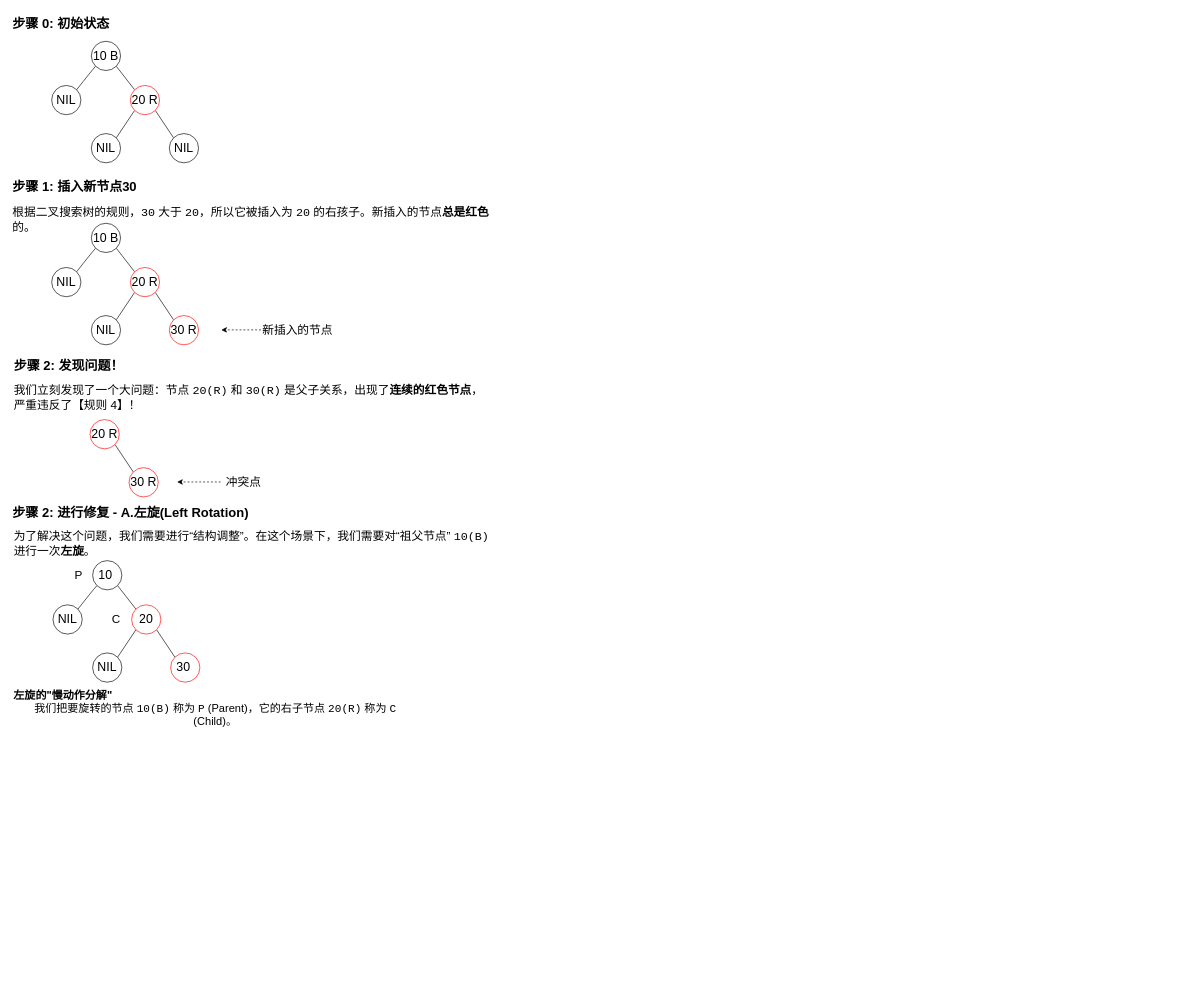
xiaodongYao/DrawIO keeps this draw.io diagram as RedBlackWork.drawio. Above is the earlier version. Source tidied: cells renumbered, new cells numbered last; positions are measured from the earlier drawing's top-left corner, leaving out a move shared by most shapes. Both pictures are drawn from the tidied source at 65%, with x=0, y=0 at pixel (11, 11).
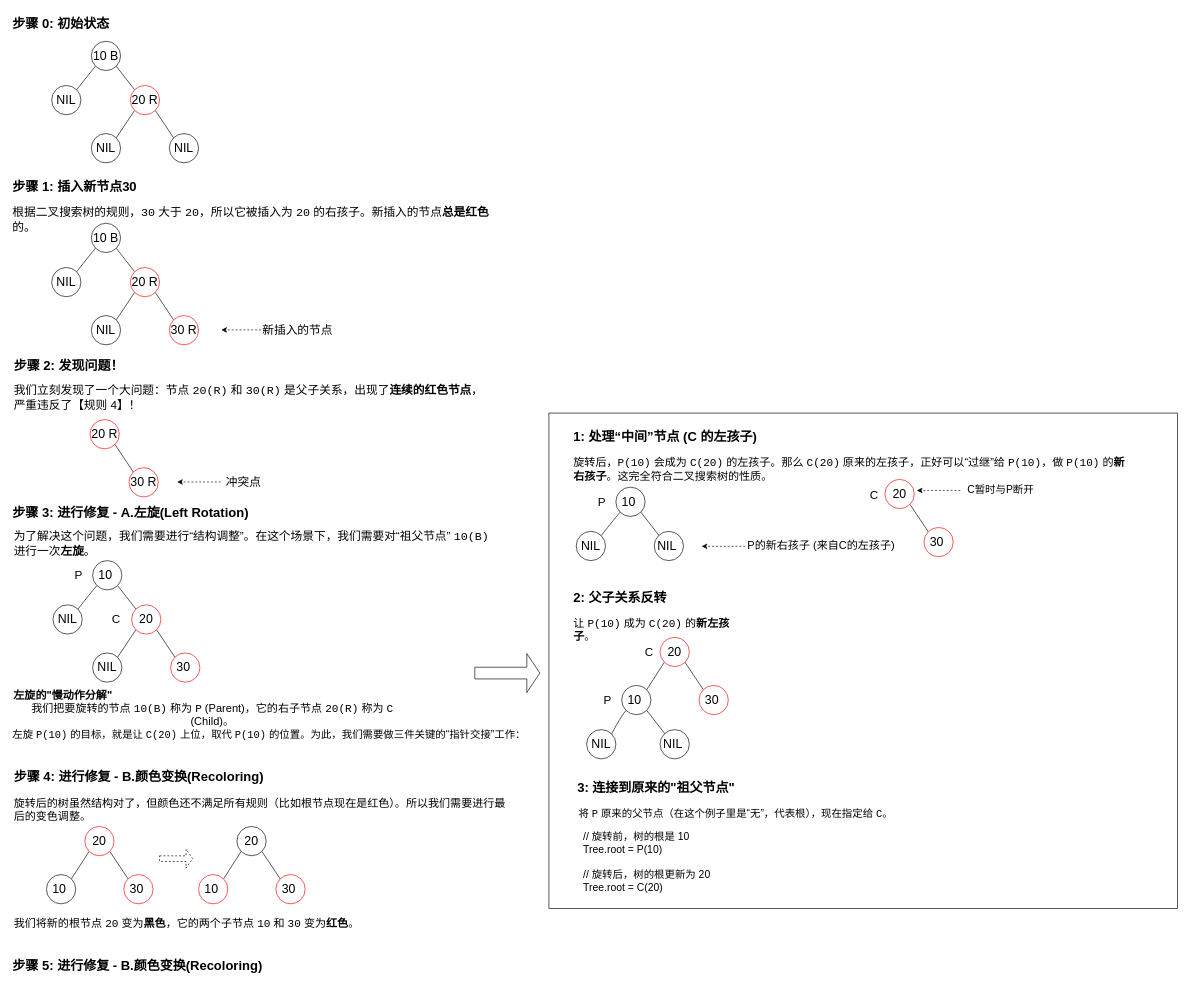
The same diagram, later.

What changed in the source:
```diff
@@
+    <mxCell id="47" style="rounded=0;whiteSpace=wrap;html=1;" parent="1" vertex="1">
+      <mxGeometry x="827" y="618" width="967" height="762" as="geometry" />
+    </mxCell>
@@
-    <mxCell id="32" value="步骤 2: 进行修复 - A.左旋(Left Rotation)" style="text;whiteSpace=wrap;html=1;fontSize=20;fontStyle=1;" parent="1" vertex="1">
+    <mxCell id="32" value="步骤 3: 进行修复 - A.左旋(Left Rotation)" style="text;whiteSpace=wrap;html=1;fontSize=20;fontStyle=1;" parent="1" vertex="1">
       <mxGeometry y="752" width="436" height="36" as="geometry" />
     </mxCell>
@@
     <mxCell id="46" value="我们把要旋转的节点 &lt;code&gt;10(B)&lt;/code&gt; 称为 &lt;code&gt;P&lt;/code&gt; (Parent)，它的右子节点 &lt;code&gt;20(R)&lt;/code&gt; 称为 &lt;code&gt;C&lt;/code&gt; (Child)。" style="text;html=1;align=center;verticalAlign=middle;whiteSpace=wrap;rounded=0;fontSize=17;" parent="1" vertex="1">
-      <mxGeometry y="1070" width="628" height="26" as="geometry" />
+      <mxGeometry y="1070" width="619" height="26" as="geometry" />
     </mxCell>
+    <mxCell id="48" value="左旋 &lt;code&gt;P(10)&lt;/code&gt; 的目标，就是让 &lt;code&gt;C(20)&lt;/code&gt; 上位，取代 &lt;code&gt;P(10)&lt;/code&gt; 的位置。为此，我们需要做三件关键的“指针交接”工作：" style="text;whiteSpace=wrap;html=1;fontSize=16;" parent="1" vertex="1">
+      <mxGeometry y="1096" width="827" height="47" as="geometry" />
+    </mxCell>
+    <mxCell id="49" value="1: 处理“中间”节点 (C 的左孩子)" style="text;whiteSpace=wrap;html=1;fontSize=20;fontStyle=1;" parent="1" vertex="1">
+      <mxGeometry x="863" y="635" width="335" height="36" as="geometry" />
+    </mxCell>
+    <mxCell id="50" value="旋转后，&lt;code&gt;P(10)&lt;/code&gt; 会成为 &lt;code&gt;C(20)&lt;/code&gt; 的左孩子。那么 &lt;code&gt;C(20)&lt;/code&gt; 原来的左孩子，正好可以“过继”给 &lt;code&gt;P(10)&lt;/code&gt;，做 &lt;code&gt;P(10)&lt;/code&gt; 的&lt;b&gt;新右孩子&lt;/b&gt;。这完全符合二叉搜索树的性质。" style="text;whiteSpace=wrap;html=1;fontSize=17;" parent="1" vertex="1">
+      <mxGeometry x="863" y="678" width="855" height="51" as="geometry" />
+    </mxCell>
+    <mxCell id="51" style="rounded=0;jettySize=auto;html=1;exitX=0;exitY=1;exitDx=0;exitDy=0;entryX=1;entryY=0;entryDx=0;entryDy=0;curved=1;strokeColor=default;fillColor=default;endArrow=none;endFill=0;" parent="1" edge="1" source="53" target="54">
+      <mxGeometry relative="1" as="geometry">
+        <Array as="points">
+          <mxPoint x="929" y="779" />
+        </Array>
+      </mxGeometry>
+    </mxCell>
+    <mxCell id="52" style="rounded=0;jettySize=auto;html=1;exitX=1;exitY=1;exitDx=0;exitDy=0;entryX=0;entryY=0;entryDx=0;entryDy=0;endArrow=none;endFill=0;" parent="1" edge="1" source="53">
+      <mxGeometry relative="1" as="geometry">
+        <mxPoint x="996.6" y="806.6" as="targetPoint" />
+      </mxGeometry>
+    </mxCell>
+    <mxCell id="53" value="10&amp;nbsp;" style="ellipse;whiteSpace=wrap;html=1;fontSize=19;" parent="1" vertex="1">
+      <mxGeometry x="930" y="732" width="45" height="45" as="geometry" />
+    </mxCell>
+    <mxCell id="54" value="NIL" style="ellipse;whiteSpace=wrap;html=1;fontSize=19;strokeColor=light-dark(#000000,#EDEDED);" parent="1" vertex="1">
+      <mxGeometry x="869" y="800" width="45" height="45" as="geometry" />
+    </mxCell>
+    <mxCell id="55" value="P" style="text;html=1;align=center;verticalAlign=middle;whiteSpace=wrap;rounded=0;fontSize=18;" parent="1" vertex="1">
+      <mxGeometry x="889" y="742.5" width="39" height="24" as="geometry" />
+    </mxCell>
+    <mxCell id="56" value="C" style="text;html=1;align=center;verticalAlign=middle;whiteSpace=wrap;rounded=0;fontSize=18;" parent="1" vertex="1">
+      <mxGeometry x="1308" y="732" width="39" height="24" as="geometry" />
+    </mxCell>
+    <mxCell id="57" style="rounded=0;jettySize=auto;html=1;exitX=1;exitY=1;exitDx=0;exitDy=0;entryX=0;entryY=0;entryDx=0;entryDy=0;endArrow=none;endFill=0;" parent="1" edge="1" source="58" target="59">
+      <mxGeometry relative="1" as="geometry" />
+    </mxCell>
+    <mxCell id="58" value="20" style="ellipse;whiteSpace=wrap;html=1;fontSize=19;strokeColor=light-dark(#ff0000, #ededed);" parent="1" vertex="1">
+      <mxGeometry x="1344" y="720" width="45" height="45" as="geometry" />
+    </mxCell>
+    <mxCell id="59" value="30&amp;nbsp;" style="ellipse;whiteSpace=wrap;html=1;fontSize=19;strokeColor=light-dark(#ff0000, #EDEDED);" parent="1" vertex="1">
+      <mxGeometry x="1404" y="794" width="45" height="45" as="geometry" />
+    </mxCell>
+    <mxCell id="60" value="NIL&amp;nbsp;" style="ellipse;whiteSpace=wrap;html=1;fontSize=19;strokeColor=light-dark(#000000,#EDEDED);" parent="1" vertex="1">
+      <mxGeometry x="989" y="800" width="45" height="45" as="geometry" />
+    </mxCell>
+    <mxCell id="61" value="&amp;nbsp;P的新右孩子 (来自C的左孩子)" style="text;whiteSpace=wrap;html=1;fontSize=17;" parent="1" vertex="1">
+      <mxGeometry x="1126" y="804.5" width="243" height="36" as="geometry" />
+    </mxCell>
+    <mxCell id="62" value="C暂时与P断开" style="text;whiteSpace=wrap;html=1;fontSize=16;" parent="1" vertex="1">
+      <mxGeometry x="1469" y="720" width="105" height="36" as="geometry" />
+    </mxCell>
+    <mxCell id="63" style="endArrow=classic;html=1;rounded=0;dashed=1;" parent="1" edge="1">
+      <mxGeometry relative="1" as="geometry">
+        <mxPoint x="1460" y="737" as="sourcePoint" />
+        <mxPoint x="1393" y="737" as="targetPoint" />
+      </mxGeometry>
+    </mxCell>
+    <mxCell id="64" style="endArrow=classic;html=1;rounded=0;dashed=1;" parent="1" edge="1">
+      <mxGeometry relative="1" as="geometry">
+        <mxPoint x="1129" y="823" as="sourcePoint" />
+        <mxPoint x="1062" y="823" as="targetPoint" />
+      </mxGeometry>
+    </mxCell>
+    <mxCell id="65" value="2: 父子关系反转" style="text;whiteSpace=wrap;html=1;fontSize=20;fontStyle=1;" parent="1" vertex="1">
+      <mxGeometry x="863" y="883" width="335" height="36" as="geometry" />
+    </mxCell>
+    <mxCell id="66" value="让 &lt;code&gt;P(10)&lt;/code&gt; 成为 &lt;code&gt;C(20)&lt;/code&gt; 的&lt;b&gt;新左孩子&lt;/b&gt;。" style="text;whiteSpace=wrap;html=1;fontSize=17;" parent="1" vertex="1">
+      <mxGeometry x="863" y="925" width="270" height="36" as="geometry" />
+    </mxCell>
+    <mxCell id="67" value="C" style="text;html=1;align=center;verticalAlign=middle;whiteSpace=wrap;rounded=0;fontSize=18;" parent="1" vertex="1">
+      <mxGeometry x="962" y="975" width="39" height="24" as="geometry" />
+    </mxCell>
+    <mxCell id="68" style="rounded=0;jettySize=auto;html=1;exitX=1;exitY=1;exitDx=0;exitDy=0;entryX=0;entryY=0;entryDx=0;entryDy=0;endArrow=none;endFill=0;" parent="1" edge="1" source="70" target="71">
+      <mxGeometry relative="1" as="geometry" />
+    </mxCell>
+    <mxCell id="69" style="rounded=0;jettySize=auto;html=1;exitX=0;exitY=1;exitDx=0;exitDy=0;entryX=1;entryY=0;entryDx=0;entryDy=0;endArrow=none;endFill=0;" parent="1" edge="1" source="70" target="74">
+      <mxGeometry relative="1" as="geometry" />
+    </mxCell>
+    <mxCell id="70" value="20" style="ellipse;whiteSpace=wrap;html=1;fontSize=19;strokeColor=light-dark(#ff0000, #ededed);" parent="1" vertex="1">
+      <mxGeometry x="998" y="963" width="45" height="45" as="geometry" />
+    </mxCell>
+    <mxCell id="71" value="30&amp;nbsp;" style="ellipse;whiteSpace=wrap;html=1;fontSize=19;strokeColor=light-dark(#ff0000, #EDEDED);" parent="1" vertex="1">
+      <mxGeometry x="1058" y="1037" width="45" height="45" as="geometry" />
+    </mxCell>
+    <mxCell id="72" style="rounded=0;jettySize=auto;html=1;exitX=0;exitY=1;exitDx=0;exitDy=0;entryX=1;entryY=0;entryDx=0;entryDy=0;curved=1;strokeColor=default;fillColor=default;endArrow=none;endFill=0;" parent="1" edge="1" source="74" target="75">
+      <mxGeometry relative="1" as="geometry">
+        <Array as="points">
+          <mxPoint x="938" y="1084" />
+        </Array>
+      </mxGeometry>
+    </mxCell>
+    <mxCell id="73" style="rounded=0;jettySize=auto;html=1;exitX=1;exitY=1;exitDx=0;exitDy=0;entryX=0;entryY=0;entryDx=0;entryDy=0;endArrow=none;endFill=0;" parent="1" edge="1" source="74">
+      <mxGeometry relative="1" as="geometry">
+        <mxPoint x="1005.6" y="1111.6" as="targetPoint" />
+      </mxGeometry>
+    </mxCell>
+    <mxCell id="74" value="10&amp;nbsp;" style="ellipse;whiteSpace=wrap;html=1;fontSize=19;" parent="1" vertex="1">
+      <mxGeometry x="939" y="1037" width="45" height="45" as="geometry" />
+    </mxCell>
+    <mxCell id="75" value="NIL" style="ellipse;whiteSpace=wrap;html=1;fontSize=19;strokeColor=light-dark(#000000,#EDEDED);" parent="1" vertex="1">
+      <mxGeometry x="885" y="1105" width="45" height="45" as="geometry" />
+    </mxCell>
+    <mxCell id="76" value="P" style="text;html=1;align=center;verticalAlign=middle;whiteSpace=wrap;rounded=0;fontSize=18;" parent="1" vertex="1">
+      <mxGeometry x="898" y="1047.5" width="39" height="24" as="geometry" />
+    </mxCell>
+    <mxCell id="77" value="NIL&amp;nbsp;" style="ellipse;whiteSpace=wrap;html=1;fontSize=19;strokeColor=light-dark(#000000,#EDEDED);" parent="1" vertex="1">
+      <mxGeometry x="998" y="1105" width="45" height="45" as="geometry" />
+    </mxCell>
+    <mxCell id="78" value="3: 连接到原来的&quot;祖父节点&quot;" style="text;whiteSpace=wrap;html=1;fontSize=20;fontStyle=1;" parent="1" vertex="1">
+      <mxGeometry x="869" y="1175" width="335" height="36" as="geometry" />
+    </mxCell>
+    <mxCell id="79" value="将 &lt;code&gt;P&lt;/code&gt; 原来的父节点（在这个例子里是“无”，代表根），现在指定给 &lt;code&gt;C&lt;/code&gt;。" style="text;whiteSpace=wrap;html=1;fontSize=16;" parent="1" vertex="1">
+      <mxGeometry x="871" y="1218" width="567" height="36" as="geometry" />
+    </mxCell>
+    <mxCell id="80" value="// 旋转前，树的根是 10&#10;Tree.root = P(10)&#10;&#10;// 旋转后，树的根更新为 20&#10;Tree.root = C(20)" style="text;whiteSpace=wrap;html=1;fontSize=16;" parent="1" vertex="1">
+      <mxGeometry x="878" y="1254" width="324" height="94" as="geometry" />
+    </mxCell>
+    <mxCell id="81" style="shape=singleArrow;whiteSpace=wrap;html=1;" parent="1" vertex="1">
+      <mxGeometry x="713" y="988" width="100" height="60" as="geometry" />
+    </mxCell>
+    <mxCell id="82" value="步骤 4: 进行修复 - B.颜色变换(Recoloring)" style="text;whiteSpace=wrap;html=1;fontSize=20;fontStyle=1;" parent="1" vertex="1">
+      <mxGeometry x="2" y="1158" width="436" height="36" as="geometry" />
+    </mxCell>
+    <mxCell id="83" value="旋转后的树虽然结构对了，但颜色还不满足所有规则（比如根节点现在是红色）。所以我们需要进行最后的变色调整。" style="text;whiteSpace=wrap;html=1;fontSize=17;" parent="1" vertex="1">
+      <mxGeometry x="2" y="1203" width="761" height="51" as="geometry" />
+    </mxCell>
+    <mxCell id="84" style="rounded=0;jettySize=auto;html=1;exitX=1;exitY=1;exitDx=0;exitDy=0;entryX=0;entryY=0;entryDx=0;entryDy=0;endArrow=none;endFill=0;" parent="1" edge="1" source="86" target="87">
+      <mxGeometry relative="1" as="geometry" />
+    </mxCell>
+    <mxCell id="85" style="rounded=0;jettySize=auto;html=1;exitX=0;exitY=1;exitDx=0;exitDy=0;entryX=1;entryY=0;entryDx=0;entryDy=0;endArrow=none;endFill=0;" parent="1" edge="1" source="86" target="88">
+      <mxGeometry relative="1" as="geometry" />
+    </mxCell>
+    <mxCell id="86" value="20" style="ellipse;whiteSpace=wrap;html=1;fontSize=19;strokeColor=light-dark(#ff0000, #ededed);" parent="1" vertex="1">
+      <mxGeometry x="113" y="1254" width="45" height="45" as="geometry" />
+    </mxCell>
+    <mxCell id="87" value="30&amp;nbsp;" style="ellipse;whiteSpace=wrap;html=1;fontSize=19;strokeColor=light-dark(#ff0000, #EDEDED);" parent="1" vertex="1">
+      <mxGeometry x="173" y="1328" width="45" height="45" as="geometry" />
+    </mxCell>
+    <mxCell id="88" value="10&amp;nbsp;" style="ellipse;whiteSpace=wrap;html=1;fontSize=19;" parent="1" vertex="1">
+      <mxGeometry x="54" y="1328" width="45" height="45" as="geometry" />
+    </mxCell>
+    <mxCell id="89" style="rounded=0;jettySize=auto;html=1;exitX=1;exitY=1;exitDx=0;exitDy=0;entryX=0;entryY=0;entryDx=0;entryDy=0;endArrow=none;endFill=0;" parent="1" edge="1" source="91" target="92">
+      <mxGeometry relative="1" as="geometry" />
+    </mxCell>
+    <mxCell id="90" style="rounded=0;jettySize=auto;html=1;exitX=0;exitY=1;exitDx=0;exitDy=0;entryX=1;entryY=0;entryDx=0;entryDy=0;endArrow=none;endFill=0;" parent="1" edge="1" source="91" target="93">
+      <mxGeometry relative="1" as="geometry" />
+    </mxCell>
+    <mxCell id="91" value="20" style="ellipse;whiteSpace=wrap;html=1;fontSize=19;strokeColor=light-dark(#000000,#EDEDED);" parent="1" vertex="1">
+      <mxGeometry x="347" y="1254" width="45" height="45" as="geometry" />
+    </mxCell>
+    <mxCell id="92" value="30&amp;nbsp;" style="ellipse;whiteSpace=wrap;html=1;fontSize=19;strokeColor=light-dark(#ff0000, #EDEDED);" parent="1" vertex="1">
+      <mxGeometry x="407" y="1328" width="45" height="45" as="geometry" />
+    </mxCell>
+    <mxCell id="93" value="10&amp;nbsp;" style="ellipse;whiteSpace=wrap;html=1;fontSize=19;strokeColor=light-dark(#ff0000, #ededed);" parent="1" vertex="1">
+      <mxGeometry x="288" y="1328" width="45" height="45" as="geometry" />
+    </mxCell>
+    <mxCell id="94" style="shape=singleArrow;whiteSpace=wrap;html=1;dashed=1;" parent="1" vertex="1">
+      <mxGeometry x="228" y="1289" width="51" height="29" as="geometry" />
+    </mxCell>
+    <mxCell id="95" value="我们将新的根节点 &lt;code&gt;20&lt;/code&gt; 变为&lt;b&gt;黑色&lt;/b&gt;，它的两个子节点 &lt;code&gt;10&lt;/code&gt; 和 &lt;code&gt;30&lt;/code&gt; 变为&lt;b&gt;红色&lt;/b&gt;。" style="text;whiteSpace=wrap;html=1;fontSize=17;" parent="1" vertex="1">
+      <mxGeometry x="2" y="1387" width="547" height="36" as="geometry" />
+    </mxCell>
+    <mxCell id="96" value="步骤 5: 进行修复 - B.颜色变换(Recoloring)" style="text;whiteSpace=wrap;html=1;fontSize=20;fontStyle=1;" parent="1" vertex="1">
+      <mxGeometry y="1450" width="436" height="36" as="geometry" />
+    </mxCell>
```
